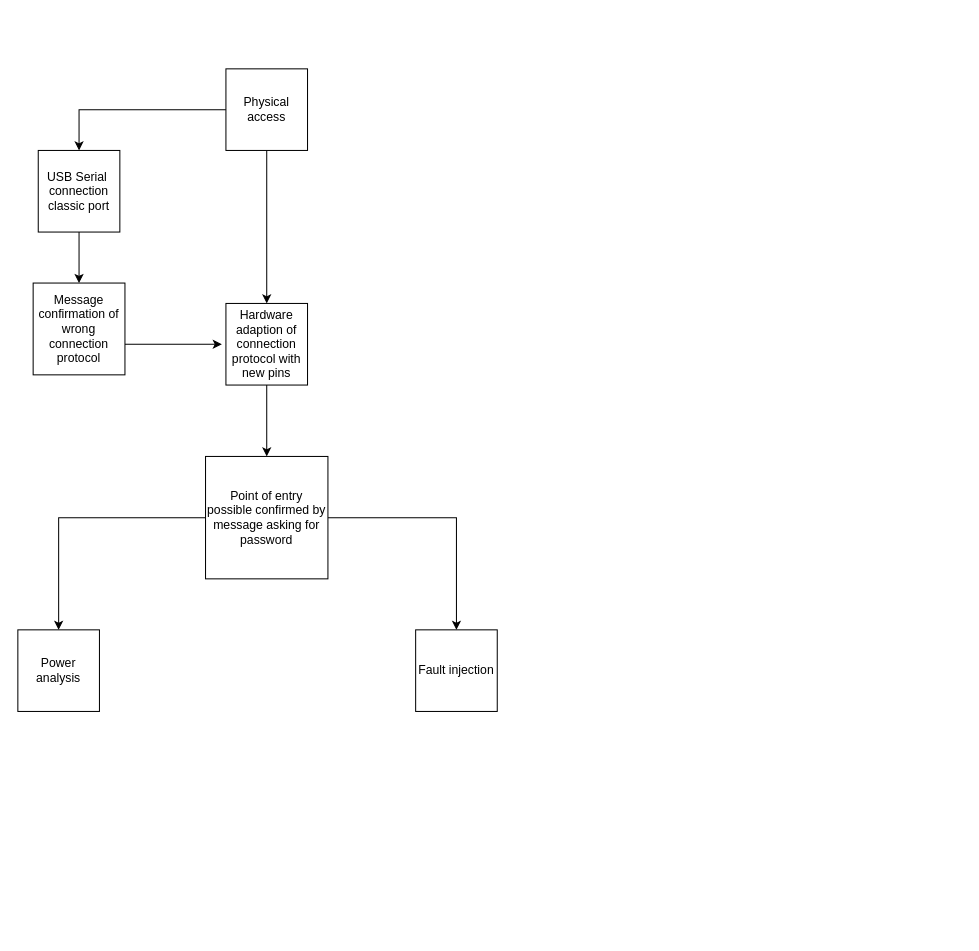
Above: Attack tree.drawio in BNoteris/Arduino_hardware_hacking (draw.io), before the change. Source tidied: cells renumbered, new cells numbered last; positions are measured from the earlier drawing's top-left corner, leaving out a move shared by most shapes. Both pictures are drawn from the tidied source at 102%, with x=0, y=0 at pixel (17, 68).
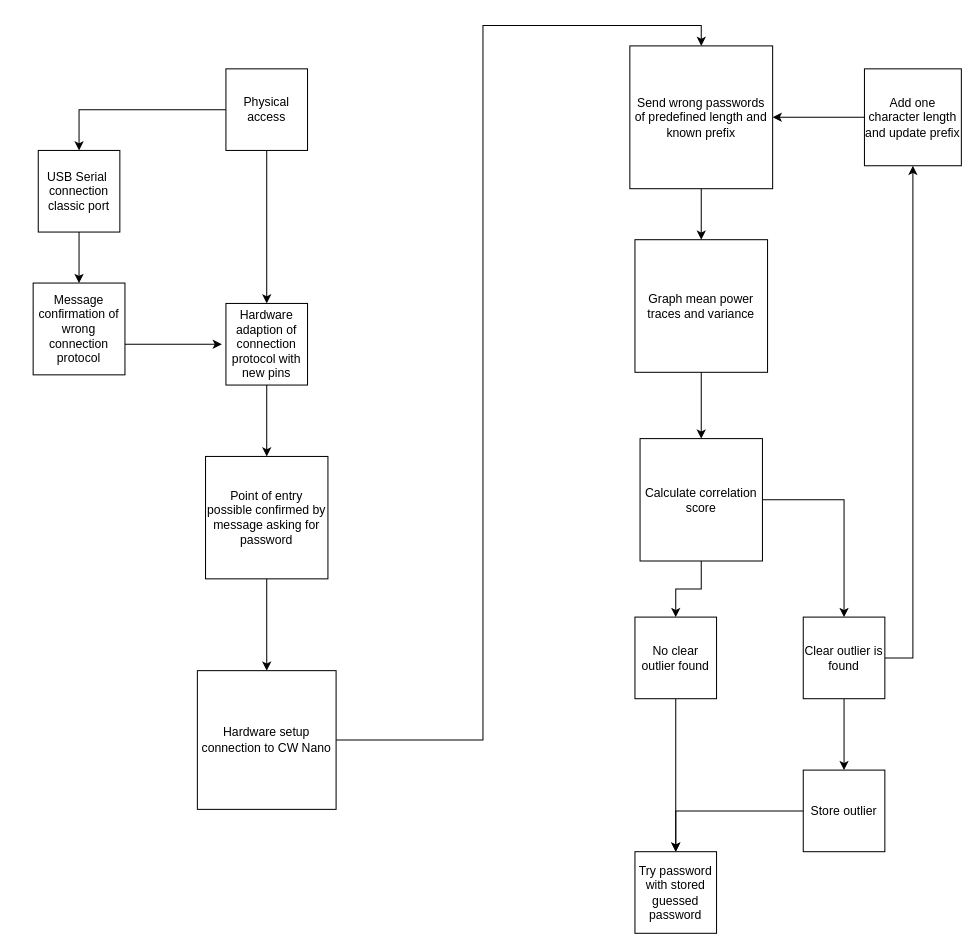
The same diagram, later.

Unchanged cells that the change refers to:
```xml
<mxCell id="8" value="Message confirmation of wrong connection protocol" style="whiteSpace=wrap;html=1;" parent="1" vertex="1">
  <mxGeometry x="15" y="210" width="90" height="90" as="geometry" />
</mxCell>
<mxCell id="11" value="Point of entry possible confirmed by message asking for password" style="whiteSpace=wrap;html=1;" parent="1" vertex="1">
  <mxGeometry x="184" y="380" width="120" height="120" as="geometry" />
</mxCell>
```

The edit, as a diff of the source:
```diff
@@
-    <mxCell id="7" style="edgeStyle=orthogonalEdgeStyle;rounded=0;jettySize=auto;html=1;" parent="1" edge="1" source="8">
-      <mxGeometry relative="1" as="geometry">
-        <mxPoint x="200" y="270" as="targetPoint" />
-        <Array as="points">
-          <mxPoint x="200" y="270" />
-        </Array>
-      </mxGeometry>
-    </mxCell>
+    <mxCell id="16" style="edgeStyle=orthogonalEdgeStyle;rounded=0;jettySize=auto;html=1;" parent="1" edge="1" source="8">
+      <mxGeometry relative="1" as="geometry">
+        <mxPoint x="200" y="270" as="targetPoint" />
+        <Array as="points">
+          <mxPoint x="200" y="270" />
+        </Array>
+      </mxGeometry>
+    </mxCell>
@@
-    <mxCell id="9" style="edgeStyle=orthogonalEdgeStyle;rounded=0;jettySize=auto;html=1;entryX=0.5;entryY=0;entryDx=0;entryDy=0;" parent="1" edge="1" source="11" target="14">
-      <mxGeometry relative="1" as="geometry" />
-    </mxCell>
-    <mxCell id="10" style="edgeStyle=orthogonalEdgeStyle;rounded=0;jettySize=auto;html=1;entryX=0.5;entryY=0;entryDx=0;entryDy=0;" parent="1" edge="1" source="11" target="15">
-      <mxGeometry relative="1" as="geometry" />
-    </mxCell>
+    <mxCell id="17" style="edgeStyle=orthogonalEdgeStyle;rounded=0;jettySize=auto;html=1;entryX=0.5;entryY=0;entryDx=0;entryDy=0;" parent="1" edge="1" source="11" target="19">
+      <mxGeometry relative="1" as="geometry" />
+    </mxCell>
@@
-    <mxCell id="14" value="Power analysis" style="whiteSpace=wrap;html=1;" parent="1" vertex="1">
-      <mxGeometry y="550" width="80" height="80" as="geometry" />
-    </mxCell>
-    <mxCell id="15" value="Fault injection" style="whiteSpace=wrap;html=1;" parent="1" vertex="1">
-      <mxGeometry x="390" y="550" width="80" height="80" as="geometry" />
-    </mxCell>
+    <mxCell id="18" style="edgeStyle=orthogonalEdgeStyle;rounded=0;jettySize=auto;html=1;entryX=0.5;entryY=0;entryDx=0;entryDy=0;" parent="1" edge="1" source="19" target="21">
+      <mxGeometry relative="1" as="geometry" />
+    </mxCell>
+    <mxCell id="19" value="Hardware setup connection to CW Nano" style="whiteSpace=wrap;html=1;" parent="1" vertex="1">
+      <mxGeometry x="176" y="590" width="136" height="136" as="geometry" />
+    </mxCell>
+    <mxCell id="20" style="edgeStyle=orthogonalEdgeStyle;rounded=0;jettySize=auto;html=1;entryX=0.5;entryY=0;entryDx=0;entryDy=0;" parent="1" edge="1" source="21" target="23">
+      <mxGeometry relative="1" as="geometry" />
+    </mxCell>
+    <mxCell id="21" value="Send wrong passwords of predefined length and known prefix" style="whiteSpace=wrap;html=1;" parent="1" vertex="1">
+      <mxGeometry x="600" y="-22.5" width="140" height="140" as="geometry" />
+    </mxCell>
+    <mxCell id="22" style="edgeStyle=orthogonalEdgeStyle;rounded=0;jettySize=auto;html=1;entryX=0.5;entryY=0;entryDx=0;entryDy=0;" parent="1" edge="1" source="23" target="29">
+      <mxGeometry relative="1" as="geometry" />
+    </mxCell>
+    <mxCell id="23" value="Graph mean power traces and variance" style="whiteSpace=wrap;html=1;" parent="1" vertex="1">
+      <mxGeometry x="605" y="167.5" width="130" height="130" as="geometry" />
+    </mxCell>
+    <mxCell id="24" style="edgeStyle=orthogonalEdgeStyle;rounded=0;jettySize=auto;html=1;entryX=0.5;entryY=0;entryDx=0;entryDy=0;" parent="1" edge="1" source="26" target="33">
+      <mxGeometry relative="1" as="geometry" />
+    </mxCell>
+    <mxCell id="25" style="edgeStyle=orthogonalEdgeStyle;rounded=0;jettySize=auto;html=1;entryX=0.5;entryY=1;entryDx=0;entryDy=0;exitX=1;exitY=0.5;exitDx=0;exitDy=0;" parent="1" edge="1" source="26" target="31">
+      <mxGeometry relative="1" as="geometry" />
+    </mxCell>
+    <mxCell id="26" value="Clear outlier is found" style="whiteSpace=wrap;html=1;" parent="1" vertex="1">
+      <mxGeometry x="770" y="537.5" width="80" height="80" as="geometry" />
+    </mxCell>
+    <mxCell id="27" style="edgeStyle=orthogonalEdgeStyle;rounded=0;jettySize=auto;html=1;entryX=0.5;entryY=0;entryDx=0;entryDy=0;" parent="1" edge="1" source="29" target="26">
+      <mxGeometry relative="1" as="geometry" />
+    </mxCell>
+    <mxCell id="28" style="edgeStyle=orthogonalEdgeStyle;rounded=0;jettySize=auto;html=1;entryX=0.5;entryY=0;entryDx=0;entryDy=0;" parent="1" edge="1" source="29" target="35">
+      <mxGeometry relative="1" as="geometry" />
+    </mxCell>
+    <mxCell id="29" value="Calculate correlation score" style="whiteSpace=wrap;html=1;" parent="1" vertex="1">
+      <mxGeometry x="610" y="362.5" width="120" height="120" as="geometry" />
+    </mxCell>
+    <mxCell id="30" style="edgeStyle=orthogonalEdgeStyle;rounded=0;jettySize=auto;html=1;entryX=1;entryY=0.5;entryDx=0;entryDy=0;" parent="1" edge="1" source="31" target="21">
+      <mxGeometry relative="1" as="geometry" />
+    </mxCell>
+    <mxCell id="31" value="Add one character length&lt;div&gt;and update prefix&lt;/div&gt;" style="whiteSpace=wrap;html=1;" parent="1" vertex="1">
+      <mxGeometry x="830" width="95" height="95" as="geometry" />
+    </mxCell>
+    <mxCell id="32" style="edgeStyle=orthogonalEdgeStyle;rounded=0;jettySize=auto;html=1;entryX=0.5;entryY=0;entryDx=0;entryDy=0;" parent="1" edge="1" source="33" target="36">
+      <mxGeometry relative="1" as="geometry" />
+    </mxCell>
+    <mxCell id="33" value="Store outlier" style="whiteSpace=wrap;html=1;" parent="1" vertex="1">
+      <mxGeometry x="770" y="687.5" width="80" height="80" as="geometry" />
+    </mxCell>
+    <mxCell id="34" style="edgeStyle=orthogonalEdgeStyle;rounded=0;jettySize=auto;html=1;entryX=0.5;entryY=0;entryDx=0;entryDy=0;" parent="1" edge="1" source="35" target="36">
+      <mxGeometry relative="1" as="geometry" />
+    </mxCell>
+    <mxCell id="35" value="No clear outlier found" style="whiteSpace=wrap;html=1;" parent="1" vertex="1">
+      <mxGeometry x="605" y="537.5" width="80" height="80" as="geometry" />
+    </mxCell>
+    <mxCell id="36" value="Try password with stored guessed password" style="whiteSpace=wrap;html=1;" parent="1" vertex="1">
+      <mxGeometry x="605" y="767.5" width="80" height="80" as="geometry" />
+    </mxCell>
```
